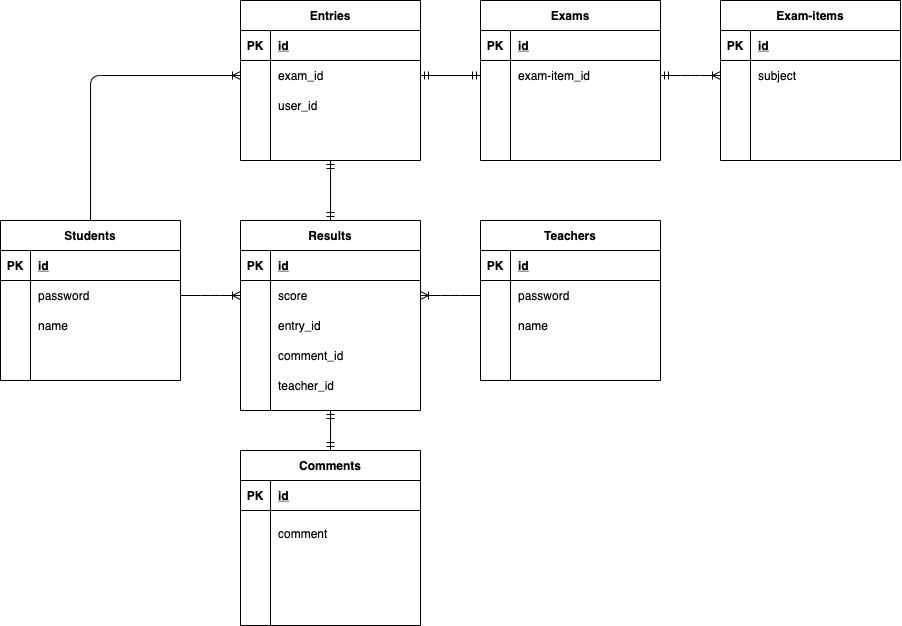
The draw.io diagram sample.drawio.png in takichee/coachtech-practice-er, before a commit. Source tidied: cells renumbered, new cells last; positions are measured from the earlier drawing's top-left corner, leaving out a move shared by most shapes.
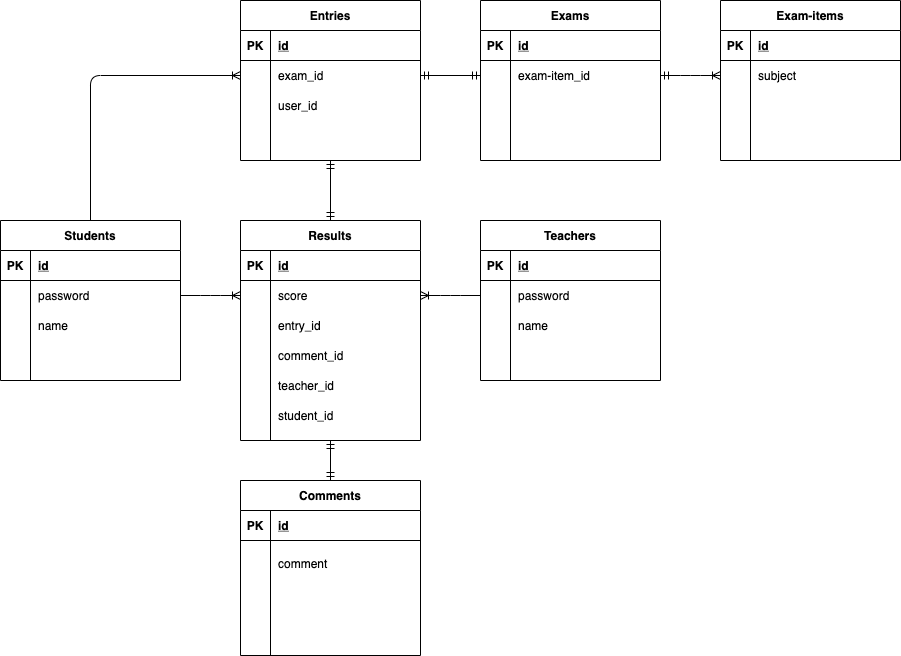
Above is the later version.

Commit message:
Resultsテーブルに外部キーとなるstudent_idを追加

Diff of the diagram source:
```diff
@@ -42,7 +42,7 @@
       <mxGeometry x="30" width="150" height="30" as="geometry" />
     </mxCell>
     <mxCell id="15" value="Results" style="shape=table;startSize=30;rowLines=0;fontStyle=1;align=center;" parent="1" vertex="1">
-      <mxGeometry x="240" y="220" width="180" height="190" as="geometry" />
+      <mxGeometry x="240" y="220" width="180" height="220" as="geometry" />
     </mxCell>
     <mxCell id="16" style="shape=partialRectangle;fillColor=none;top=0;left=0;bottom=1;right=0;" parent="15" vertex="1">
       <mxGeometry y="30" width="180" height="30" as="geometry" />
@@ -89,6 +89,15 @@
     <mxCell id="30" value="teacher_id" style="shape=partialRectangle;fillColor=none;top=0;left=0;bottom=0;right=0;align=left;spacingLeft=6;overflow=hidden;" parent="28" vertex="1">
       <mxGeometry x="30" width="150" height="30" as="geometry" />
     </mxCell>
+    <mxCell id="103" style="shape=partialRectangle;fillColor=none;top=0;left=0;bottom=0;right=0;" parent="15" vertex="1">
+      <mxGeometry y="180" width="180" height="30" as="geometry" />
+    </mxCell>
+    <mxCell id="104" style="shape=partialRectangle;fillColor=none;top=0;left=0;bottom=0;right=0;overflow=hidden;" parent="103" vertex="1">
+      <mxGeometry width="30" height="30" as="geometry" />
+    </mxCell>
+    <mxCell id="105" value="student_id" style="shape=partialRectangle;fillColor=none;top=0;left=0;bottom=0;right=0;align=left;spacingLeft=6;overflow=hidden;" parent="103" vertex="1">
+      <mxGeometry x="30" width="150" height="30" as="geometry" />
+    </mxCell>
     <mxCell id="31" value="Entries" style="shape=table;startSize=30;rowLines=0;fontStyle=1;align=center;" parent="1" vertex="1">
       <mxGeometry x="240" width="180" height="160" as="geometry" />
     </mxCell>
@@ -207,7 +216,7 @@
       <mxGeometry x="30" width="150" height="30" as="geometry" />
     </mxCell>
     <mxCell id="70" value="Comments" style="shape=table;startSize=30;rowLines=0;fontStyle=1;align=center;" parent="1" vertex="1">
-      <mxGeometry x="240" y="450" width="180" height="175" as="geometry" />
+      <mxGeometry x="240" y="480" width="180" height="175" as="geometry" />
     </mxCell>
     <mxCell id="71" style="shape=partialRectangle;fillColor=none;top=0;left=0;bottom=1;right=0;" parent="70" vertex="1">
       <mxGeometry y="30" width="180" height="30" as="geometry" />
@@ -295,7 +304,7 @@
     </mxCell>
     <mxCell id="99" style="fontSize=12;html=1;endArrow=ERmandOne;startArrow=ERmandOne;exitX=0.5;exitY=0;exitDx=0;exitDy=0;" parent="1" edge="1" source="70">
       <mxGeometry relative="1" as="geometry">
-        <mxPoint x="330" y="410" as="targetPoint" />
+        <mxPoint x="330" y="440" as="targetPoint" />
       </mxGeometry>
     </mxCell>
     <mxCell id="100" style="edgeStyle=entityRelationEdgeStyle;fontSize=12;html=1;endArrow=ERoneToMany;exitX=1;exitY=0.5;exitDx=0;exitDy=0;entryX=0;entryY=0.5;entryDx=0;entryDy=0;" parent="1" edge="1" source="6" target="19">
```
